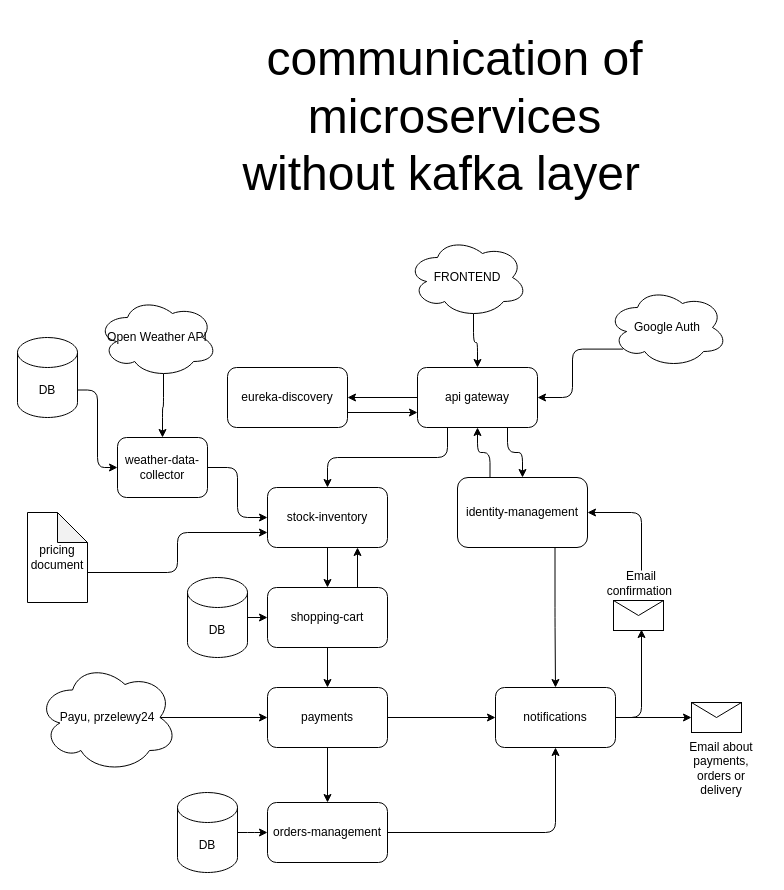
Before: docs/general-idea/microservices-infrastructure-v2.drawio.xml in McBlankenburg/SkyTrader24, a draw.io diagram. Source tidied: cells renumbered, new cells numbered last; positions are measured from the earlier drawing's top-left corner, leaving out a move shared by most shapes. Both pictures are drawn from the tidied source at 100%, with x=0, y=0 at pixel (17, 17).
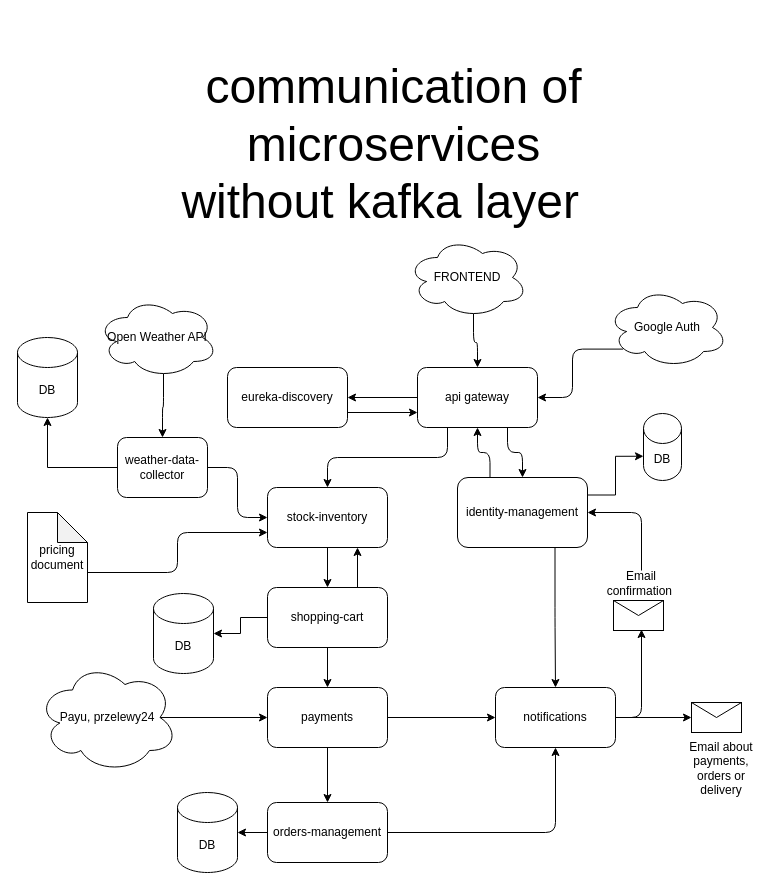
The same diagram, later.

Unchanged cells that the change refers to:
```xml
<mxCell id="10" value="identity-management" style="rounded=1;whiteSpace=wrap;html=1;" parent="1" vertex="1">
  <mxGeometry x="440" y="460" width="130" height="70" as="geometry" />
</mxCell>
<mxCell id="15" value="orders-management" style="rounded=1;whiteSpace=wrap;html=1;" parent="1" vertex="1">
  <mxGeometry x="250" y="785" width="120" height="60" as="geometry" />
</mxCell>
<mxCell id="21" value="shopping-cart" style="rounded=1;whiteSpace=wrap;html=1;" parent="1" vertex="1">
  <mxGeometry x="250" y="570" width="120" height="60" as="geometry" />
</mxCell>
<mxCell id="23" value="weather-data-collector" style="rounded=1;whiteSpace=wrap;html=1;" parent="1" vertex="1">
  <mxGeometry x="100" y="420" width="90" height="60" as="geometry" />
</mxCell>
<mxCell id="38" value="DB" style="shape=cylinder3;whiteSpace=wrap;html=1;boundedLbl=1;backgroundOutline=1;size=15;rounded=1;" parent="1" vertex="1">
  <mxGeometry x="160" y="775" width="60" height="80" as="geometry" />
</mxCell>
<mxCell id="47" value="DB" style="shape=cylinder3;whiteSpace=wrap;html=1;boundedLbl=1;backgroundOutline=1;size=15;rounded=1;" parent="1" vertex="1">
  <mxGeometry y="320" width="60" height="80" as="geometry" />
</mxCell>
```

Change to the diagram source:
```diff
@@
+    <mxCell id="48" style="edgeStyle=orthogonalEdgeStyle;rounded=0;jettySize=auto;html=1;exitX=1;exitY=0.25;exitDx=0;exitDy=0;entryX=0;entryY=0;entryDx=0;entryDy=42.75;entryPerimeter=0;" parent="1" edge="1" source="10" target="52">
+      <mxGeometry relative="1" as="geometry" />
+    </mxCell>
@@
+    <mxCell id="49" style="edgeStyle=orthogonalEdgeStyle;rounded=0;jettySize=auto;html=1;exitX=0;exitY=0.5;exitDx=0;exitDy=0;" parent="1" edge="1" source="15" target="38">
+      <mxGeometry relative="1" as="geometry" />
+    </mxCell>
@@
+    <mxCell id="50" style="edgeStyle=orthogonalEdgeStyle;rounded=0;jettySize=auto;html=1;exitX=0;exitY=0.5;exitDx=0;exitDy=0;entryX=1;entryY=0.5;entryDx=0;entryDy=0;entryPerimeter=0;" parent="1" edge="1" source="21" target="40">
+      <mxGeometry relative="1" as="geometry" />
+    </mxCell>
@@
+    <mxCell id="51" style="edgeStyle=orthogonalEdgeStyle;rounded=0;jettySize=auto;html=1;exitX=0;exitY=0.5;exitDx=0;exitDy=0;" parent="1" edge="1" source="23" target="47">
+      <mxGeometry relative="1" as="geometry" />
+    </mxCell>
@@
-    <mxCell id="37" style="edgeStyle=orthogonalEdgeStyle;rounded=1;jettySize=auto;html=1;exitX=1;exitY=0.5;exitDx=0;exitDy=0;exitPerimeter=0;" parent="1" edge="1" source="38" target="15">
-      <mxGeometry relative="1" as="geometry" />
-    </mxCell>
@@
-    <mxCell id="39" style="edgeStyle=orthogonalEdgeStyle;rounded=1;jettySize=auto;html=1;exitX=1;exitY=0.5;exitDx=0;exitDy=0;exitPerimeter=0;entryX=0;entryY=0.5;entryDx=0;entryDy=0;" parent="1" edge="1" source="40" target="21">
-      <mxGeometry relative="1" as="geometry" />
-    </mxCell>
     <mxCell id="40" value="DB" style="shape=cylinder3;whiteSpace=wrap;html=1;boundedLbl=1;backgroundOutline=1;size=15;rounded=1;" parent="1" vertex="1">
-      <mxGeometry x="170" y="560" width="60" height="80" as="geometry" />
+      <mxGeometry x="136" y="576" width="60" height="80" as="geometry" />
     </mxCell>
     <mxCell id="41" value="&lt;font style=&quot;font-size: 48px;&quot;&gt;communication of microservices without kafka layer &amp;nbsp;&lt;/font&gt;" style="text;html=1;strokeColor=none;fillColor=none;align=center;verticalAlign=middle;whiteSpace=wrap;rounded=1;" parent="1" vertex="1">
-      <mxGeometry x="210" width="455" height="198" as="geometry" />
+      <mxGeometry x="149" y="28" width="455" height="198" as="geometry" />
     </mxCell>
@@
-    <mxCell id="46" style="edgeStyle=orthogonalEdgeStyle;rounded=1;jettySize=auto;html=1;exitX=1;exitY=0;exitDx=0;exitDy=52.5;exitPerimeter=0;entryX=0;entryY=0.5;entryDx=0;entryDy=0;" parent="1" edge="1" source="47" target="23">
-      <mxGeometry relative="1" as="geometry" />
-    </mxCell>
@@
+    <mxCell id="52" value="DB" style="shape=cylinder3;whiteSpace=wrap;html=1;boundedLbl=1;backgroundOutline=1;size=15;rounded=1;" parent="1" vertex="1">
+      <mxGeometry x="626" y="396" width="38" height="67" as="geometry" />
+    </mxCell>
```
